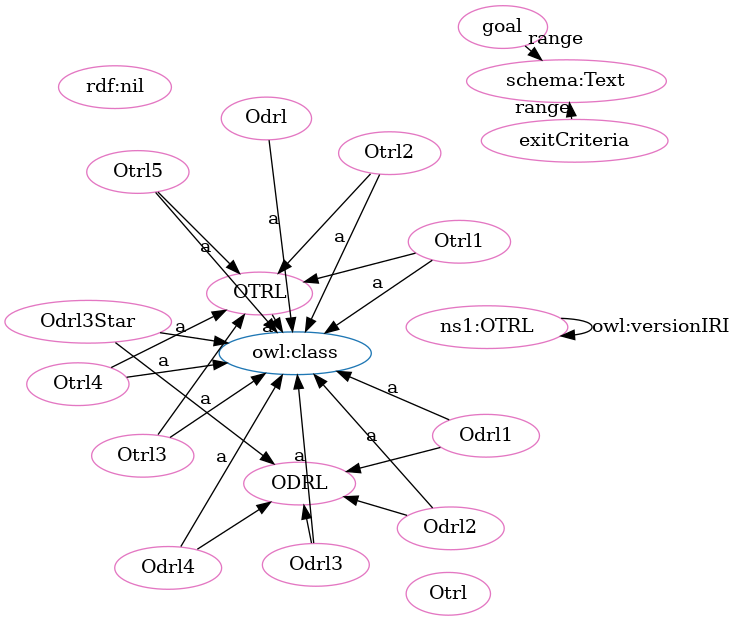
This is OTRL-clean.png from OPEN-NEXT/OKH-LOSH, a Graphviz export, as it was before one commit. Its source is kept beside it as OTRL-clean.dot.
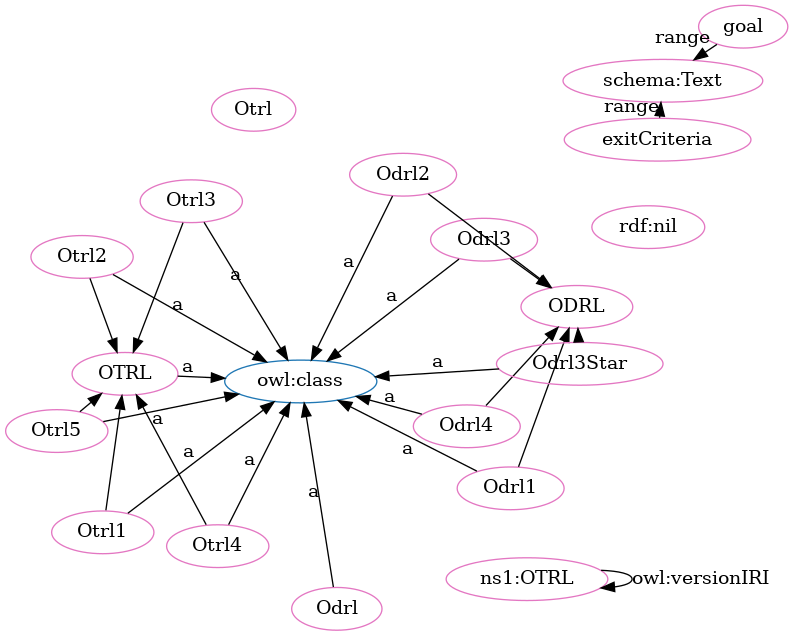
The same diagram one commit later.

The edit, as a diff of the source:
```diff
@@ -4,48 +4,48 @@
 "http://purl.org/oseg/ontologies/OTRL#OTRL" [fillcolor="#1f77b4" color="#1f77b4" label="OTRL"]
 "http://www.w3.org/2002/07/owl#class" [fillcolor="#1f77b4" color="#1f77b4" label="owl:class"]
 "http://purl.org/oseg/ontologies/OTRL#ODRL" [fillcolor="#1f77b4" color="#1f77b4" label="ODRL"]
+"http://purl.org/oseg/ontologies/OTRL" [fillcolor="#e377c2" color="#e377c2" label="ns1:OTRL"]
+"http://schema.org/Text" [fillcolor="#e377c2" color="#e377c2" label="schema:Text"]
+"http://purl.org/oseg/ontologies/OTRL#OTRL" [fillcolor="#e377c2" color="#e377c2" label="OTRL"]
+"http://purl.org/oseg/ontologies/OTRL#ODRL" [fillcolor="#e377c2" color="#e377c2" label="ODRL"]
+"http://purl.org/oseg/ontologies/OTRL#Odrl3" [fillcolor="#e377c2" color="#e377c2" label="Odrl3"]
 "http://www.w3.org/1999/02/22-rdf-syntax-ns#nil" [fillcolor="#e377c2" color="#e377c2" label="rdf:nil"]
-"http://purl.org/oseg/ontologies/OTRL#OTRL" [fillcolor="#e377c2" color="#e377c2" label="OTRL"]
-"http://purl.org/oseg/ontologies/OTRL#Odrl3Star" [fillcolor="#e377c2" color="#e377c2" label="Odrl3Star"]
 "http://purl.org/oseg/ontologies/OTRL#Otrl2" [fillcolor="#e377c2" color="#e377c2" label="Otrl2"]
+"http://purl.org/oseg/ontologies/OTRL#Odrl2" [fillcolor="#e377c2" color="#e377c2" label="Odrl2"]
 "http://purl.org/oseg/ontologies/OTRL#goal" [fillcolor="#e377c2" color="#e377c2" label="goal"]
-"http://purl.org/oseg/ontologies/OTRL#ODRL" [fillcolor="#e377c2" color="#e377c2" label="ODRL"]
 "http://purl.org/oseg/ontologies/OTRL#Odrl" [fillcolor="#e377c2" color="#e377c2" label="Odrl"]
 "http://purl.org/oseg/ontologies/OTRL#Odrl4" [fillcolor="#e377c2" color="#e377c2" label="Odrl4"]
-"http://schema.org/Text" [fillcolor="#e377c2" color="#e377c2" label="schema:Text"]
-"http://purl.org/oseg/ontologies/OTRL" [fillcolor="#e377c2" color="#e377c2" label="ns1:OTRL"]
+"http://purl.org/oseg/ontologies/OTRL#Otrl1" [fillcolor="#e377c2" color="#e377c2" label="Otrl1"]
+"http://purl.org/oseg/ontologies/OTRL#Otrl4" [fillcolor="#e377c2" color="#e377c2" label="Otrl4"]
+"http://purl.org/oseg/ontologies/OTRL#Otrl" [fillcolor="#e377c2" color="#e377c2" label="Otrl"]
+"http://purl.org/oseg/ontologies/OTRL#Odrl1" [fillcolor="#e377c2" color="#e377c2" label="Odrl1"]
+"http://purl.org/oseg/ontologies/OTRL#Otrl5" [fillcolor="#e377c2" color="#e377c2" label="Otrl5"]
 "http://purl.org/oseg/ontologies/OTRL#exitCriteria" [fillcolor="#e377c2" color="#e377c2" label="exitCriteria"]
-"http://purl.org/oseg/ontologies/OTRL#Odrl2" [fillcolor="#e377c2" color="#e377c2" label="Odrl2"]
+"http://purl.org/oseg/ontologies/OTRL#Odrl3Star" [fillcolor="#e377c2" color="#e377c2" label="Odrl3Star"]
 "http://purl.org/oseg/ontologies/OTRL#Otrl3" [fillcolor="#e377c2" color="#e377c2" label="Otrl3"]
-"http://purl.org/oseg/ontologies/OTRL#Odrl3" [fillcolor="#e377c2" color="#e377c2" label="Odrl3"]
-"http://purl.org/oseg/ontologies/OTRL#Otrl4" [fillcolor="#e377c2" color="#e377c2" label="Otrl4"]
-"http://purl.org/oseg/ontologies/OTRL#Otrl5" [fillcolor="#e377c2" color="#e377c2" label="Otrl5"]
-"http://purl.org/oseg/ontologies/OTRL#Odrl1" [fillcolor="#e377c2" color="#e377c2" label="Odrl1"]
-"http://purl.org/oseg/ontologies/OTRL#Otrl" [fillcolor="#e377c2" color="#e377c2" label="Otrl"]
-"http://purl.org/oseg/ontologies/OTRL#Otrl1" [fillcolor="#e377c2" color="#e377c2" label="Otrl1"]
+  "http://purl.org/oseg/ontologies/OTRL" -> "http://purl.org/oseg/ontologies/OTRL" [label="owl:versionIRI"]
+  "http://purl.org/oseg/ontologies/OTRL#Odrl3" -> "http://www.w3.org/2002/07/owl#class" [label="a"]
+  "http://purl.org/oseg/ontologies/OTRL#OTRL" -> "http://www.w3.org/2002/07/owl#class" [label="a"]
+  "http://purl.org/oseg/ontologies/OTRL#Otrl1" -> "http://www.w3.org/2002/07/owl#class" [label="a"]
+  "http://purl.org/oseg/ontologies/OTRL#Otrl4" -> "http://www.w3.org/2002/07/owl#class" [label="a"]
+  "http://purl.org/oseg/ontologies/OTRL#Otrl1" -> "http://purl.org/oseg/ontologies/OTRL#OTRL" [label=""]
+  "http://purl.org/oseg/ontologies/OTRL#Otrl3" -> "http://www.w3.org/2002/07/owl#class" [label="a"]
+  "http://purl.org/oseg/ontologies/OTRL#Odrl4" -> "http://purl.org/oseg/ontologies/OTRL#ODRL" [label=""]
+  "http://purl.org/oseg/ontologies/OTRL#Odrl" -> "http://www.w3.org/2002/07/owl#class" [label="a"]
+  "http://purl.org/oseg/ontologies/OTRL#goal" -> "http://schema.org/Text" [label="range"]
+  "http://purl.org/oseg/ontologies/OTRL#Otrl4" -> "http://purl.org/oseg/ontologies/OTRL#OTRL" [label=""]
+  "http://purl.org/oseg/ontologies/OTRL#Odrl2" -> "http://purl.org/oseg/ontologies/OTRL#ODRL" [label=""]
   "http://purl.org/oseg/ontologies/OTRL#Otrl2" -> "http://www.w3.org/2002/07/owl#class" [label="a"]
+  "http://purl.org/oseg/ontologies/OTRL#Odrl2" -> "http://www.w3.org/2002/07/owl#class" [label="a"]
+  "http://purl.org/oseg/ontologies/OTRL#exitCriteria" -> "http://schema.org/Text" [label="range"]
+  "http://purl.org/oseg/ontologies/OTRL#Otrl3" -> "http://purl.org/oseg/ontologies/OTRL#OTRL" [label=""]
+  "http://purl.org/oseg/ontologies/OTRL#Odrl4" -> "http://www.w3.org/2002/07/owl#class" [label="a"]
+  "http://purl.org/oseg/ontologies/OTRL#Odrl1" -> "http://purl.org/oseg/ontologies/OTRL#ODRL" [label=""]
+  "http://purl.org/oseg/ontologies/OTRL#Otrl2" -> "http://purl.org/oseg/ontologies/OTRL#OTRL" [label=""]
+  "http://purl.org/oseg/ontologies/OTRL#Odrl1" -> "http://www.w3.org/2002/07/owl#class" [label="a"]
+  "http://purl.org/oseg/ontologies/OTRL#Otrl5" -> "http://www.w3.org/2002/07/owl#class" [label="a"]
+  "http://purl.org/oseg/ontologies/OTRL#Odrl3Star" -> "http://purl.org/oseg/ontologies/OTRL#ODRL" [label=""]
   "http://purl.org/oseg/ontologies/OTRL#Odrl3" -> "http://purl.org/oseg/ontologies/OTRL#ODRL" [label=""]
-  "http://purl.org/oseg/ontologies/OTRL#OTRL" -> "http://www.w3.org/2002/07/owl#class" [label="a"]
-  "http://purl.org/oseg/ontologies/OTRL" -> "http://purl.org/oseg/ontologies/OTRL" [label="owl:versionIRI"]
-  "http://purl.org/oseg/ontologies/OTRL#Otrl2" -> "http://purl.org/oseg/ontologies/OTRL#OTRL" [label=""]
-  "http://purl.org/oseg/ontologies/OTRL#goal" -> "http://schema.org/Text" [label="range"]
-  "http://purl.org/oseg/ontologies/OTRL#Otrl3" -> "http://www.w3.org/2002/07/owl#class" [label="a"]
-  "http://purl.org/oseg/ontologies/OTRL#Odrl3" -> "http://www.w3.org/2002/07/owl#class" [label="a"]
-  "http://purl.org/oseg/ontologies/OTRL#Otrl4" -> "http://purl.org/oseg/ontologies/OTRL#OTRL" [label=""]
-  "http://purl.org/oseg/ontologies/OTRL#Otrl1" -> "http://purl.org/oseg/ontologies/OTRL#OTRL" [label=""]
-  "http://purl.org/oseg/ontologies/OTRL#Otrl5" -> "http://www.w3.org/2002/07/owl#class" [label="a"]
-  "http://purl.org/oseg/ontologies/OTRL#Odrl1" -> "http://purl.org/oseg/ontologies/OTRL#ODRL" [label=""]
-  "http://purl.org/oseg/ontologies/OTRL#Odrl4" -> "http://purl.org/oseg/ontologies/OTRL#ODRL" [label=""]
-  "http://purl.org/oseg/ontologies/OTRL#Otrl3" -> "http://purl.org/oseg/ontologies/OTRL#OTRL" [label=""]
   "http://purl.org/oseg/ontologies/OTRL#Odrl3Star" -> "http://www.w3.org/2002/07/owl#class" [label="a"]
-  "http://purl.org/oseg/ontologies/OTRL#Odrl4" -> "http://www.w3.org/2002/07/owl#class" [label="a"]
-  "http://purl.org/oseg/ontologies/OTRL#exitCriteria" -> "http://schema.org/Text" [label="range"]
-  "http://purl.org/oseg/ontologies/OTRL#Odrl" -> "http://www.w3.org/2002/07/owl#class" [label="a"]
-  "http://purl.org/oseg/ontologies/OTRL#Odrl2" -> "http://www.w3.org/2002/07/owl#class" [label="a"]
   "http://purl.org/oseg/ontologies/OTRL#Otrl5" -> "http://purl.org/oseg/ontologies/OTRL#OTRL" [label=""]
-  "http://purl.org/oseg/ontologies/OTRL#Otrl4" -> "http://www.w3.org/2002/07/owl#class" [label="a"]
-  "http://purl.org/oseg/ontologies/OTRL#Odrl1" -> "http://www.w3.org/2002/07/owl#class" [label="a"]
-  "http://purl.org/oseg/ontologies/OTRL#Odrl3Star" -> "http://purl.org/oseg/ontologies/OTRL#ODRL" [label=""]
-  "http://purl.org/oseg/ontologies/OTRL#Otrl1" -> "http://www.w3.org/2002/07/owl#class" [label="a"]
-  "http://purl.org/oseg/ontologies/OTRL#Odrl2" -> "http://purl.org/oseg/ontologies/OTRL#ODRL" [label=""]
 }
```
